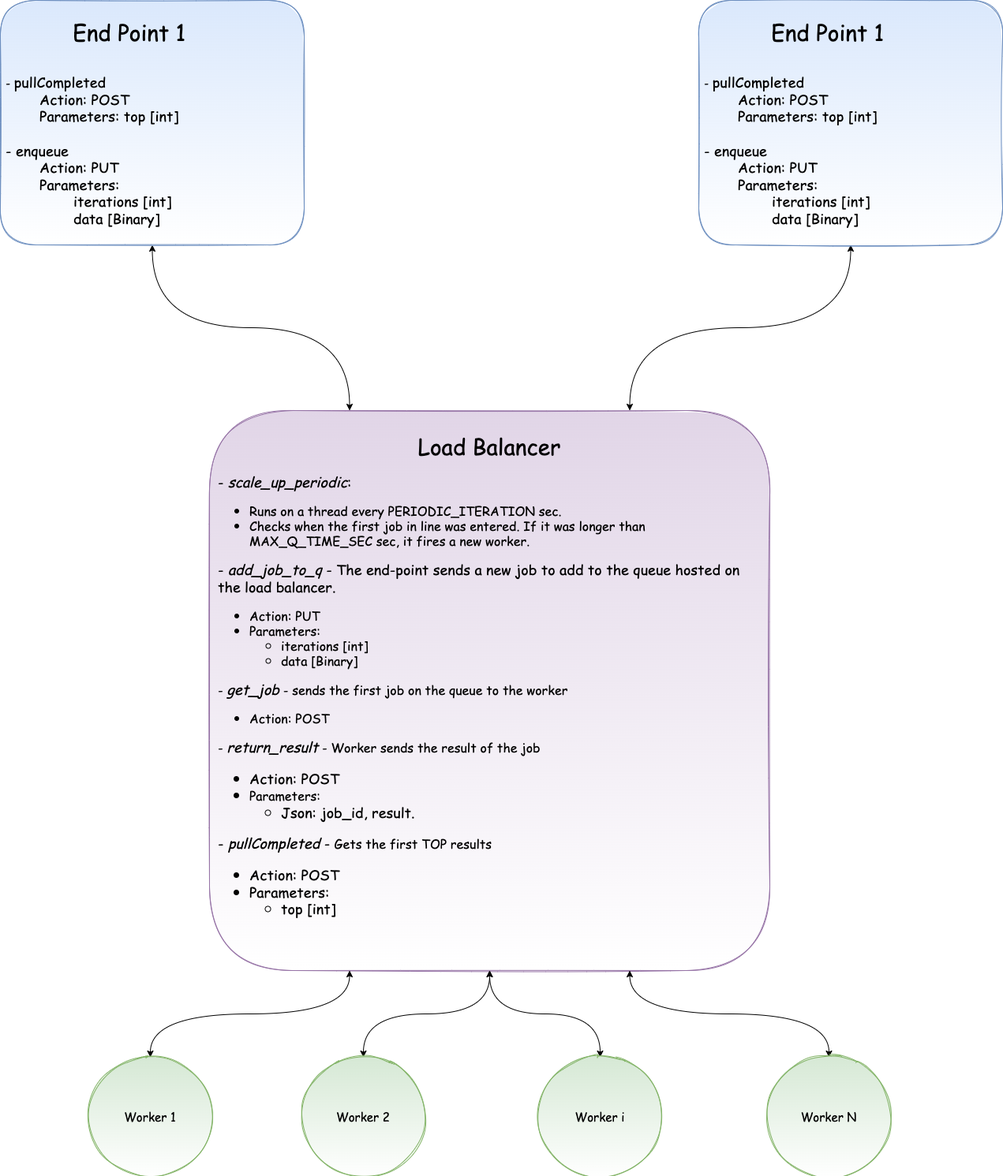
Above: README_FILES/ClusterFlow.png in nirbarazida/dynamic-workload (draw.io), before the change. Source tidied: cells renumbered, new cells last; positions are measured from the earlier drawing's top-left corner, leaving out a move shared by most shapes.
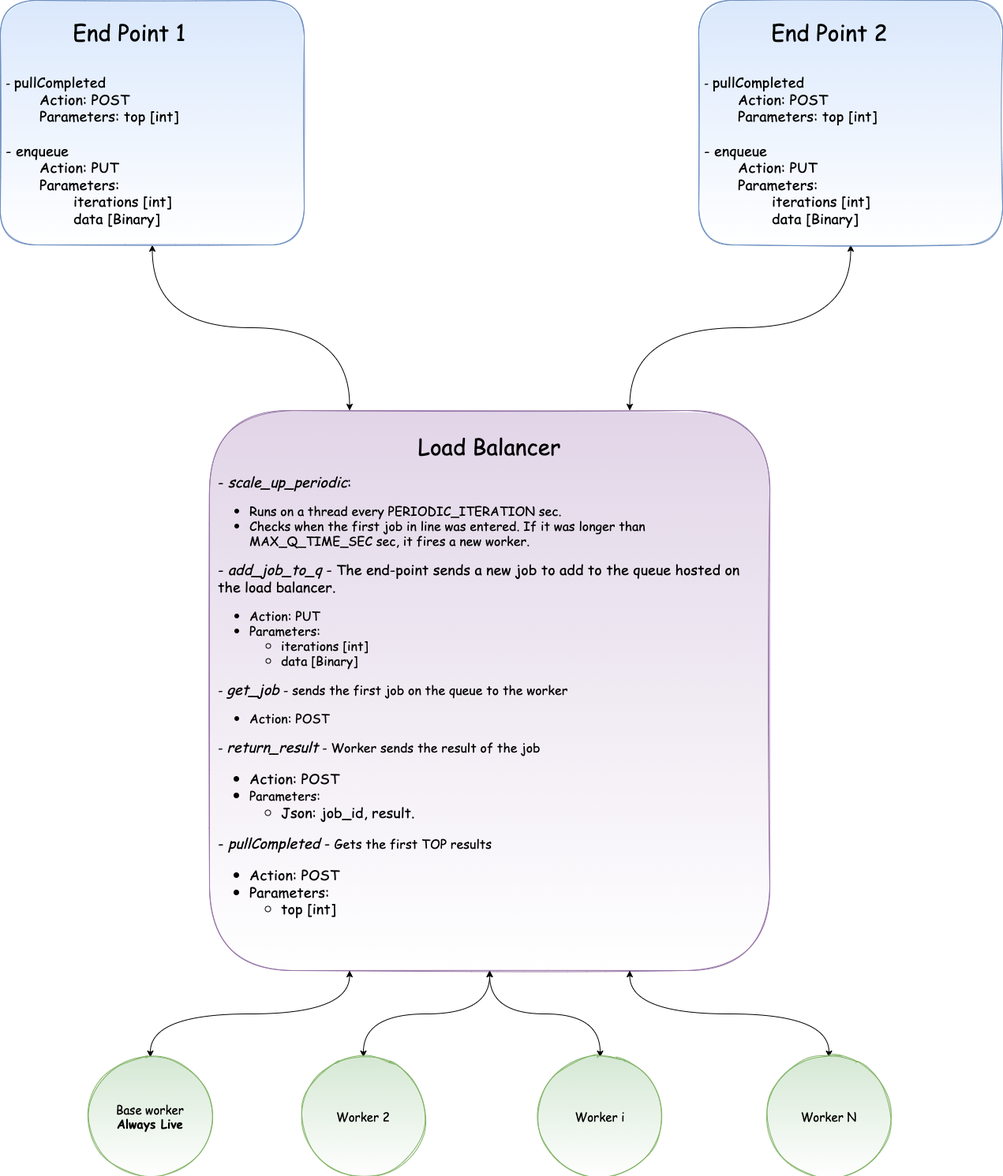
After the commit.

Commit message:
Add base worker to readme

What changed in the source:
```diff
@@ -8,7 +8,7 @@
     <mxCell id="3" style="edgeStyle=orthogonalEdgeStyle;curved=1;rounded=0;jettySize=auto;html=1;exitX=0.5;exitY=0;exitDx=0;exitDy=0;entryX=0.25;entryY=1;entryDx=0;entryDy=0;fontSize=16;startArrow=classic;startFill=1;" parent="1" edge="1" source="4" target="2">
       <mxGeometry relative="1" as="geometry" />
     </mxCell>
-    <mxCell id="4" value="Worker 1" style="ellipse;whiteSpace=wrap;html=1;rounded=1;shadow=0;glass=0;sketch=1;fontFamily=Comic Sans MS;fontSize=15;strokeColor=#82b366;fillColor=#d5e8d4;gradientDirection=south;gradientColor=#ffffff;" parent="1" vertex="1">
+    <mxCell id="4" value="Base worker&lt;br&gt;&lt;b&gt;Always Live&lt;/b&gt;" style="ellipse;whiteSpace=wrap;html=1;rounded=1;shadow=0;glass=0;sketch=1;fontFamily=Comic Sans MS;fontSize=15;strokeColor=#82b366;fillColor=#d5e8d4;gradientDirection=south;gradientColor=#ffffff;" parent="1" vertex="1">
       <mxGeometry x="115" y="1340" width="150" height="150" as="geometry" />
     </mxCell>
     <mxCell id="5" style="edgeStyle=orthogonalEdgeStyle;curved=1;rounded=0;jettySize=auto;html=1;exitX=0.5;exitY=0;exitDx=0;exitDy=0;fontSize=16;startArrow=classic;startFill=1;" parent="1" edge="1" source="6" target="2">
@@ -38,7 +38,7 @@
     <mxCell id="13" style="edgeStyle=orthogonalEdgeStyle;curved=1;rounded=0;jettySize=auto;html=1;exitX=0.5;exitY=1;exitDx=0;exitDy=0;entryX=0.75;entryY=0;entryDx=0;entryDy=0;fontSize=18;fontColor=default;startArrow=classic;startFill=1;" parent="1" edge="1" source="14" target="2">
       <mxGeometry relative="1" as="geometry" />
     </mxCell>
-    <mxCell id="14" value="&lt;div style=&quot;text-align: center;&quot;&gt;&lt;span style=&quot;background-color: initial;&quot;&gt;&amp;nbsp; &amp;nbsp; &amp;nbsp; &amp;nbsp; &amp;nbsp; &amp;nbsp; &amp;nbsp; &amp;nbsp; &amp;nbsp; &amp;nbsp;&lt;/span&gt;&lt;font style=&quot;background-color: initial; font-size: 28px;&quot;&gt;End Point 1&lt;/font&gt;&lt;/div&gt;&lt;br&gt;&lt;br&gt;- &lt;font style=&quot;font-size: 18px;&quot;&gt;pullCompleted&lt;br&gt;&lt;span style=&quot;background-color: initial;&quot;&gt;&lt;span style=&quot;white-space: pre;&quot;&gt;&#9;&lt;/span&gt;Action: POST&lt;br&gt;&lt;/span&gt;&lt;/font&gt;&lt;font style=&quot;font-size: 18px;&quot;&gt;&lt;span style=&quot;white-space: pre;&quot;&gt;&#9;&lt;/span&gt;Parameters: top [int]&lt;br&gt;&lt;br&gt;- enqueue&lt;br&gt;&lt;span style=&quot;white-space: pre;&quot;&gt;&#9;&lt;/span&gt;Action: PUT&lt;br&gt;&lt;span style=&quot;white-space: pre;&quot;&gt;&#9;&lt;/span&gt;Parameters:&amp;nbsp;&lt;br&gt;&lt;span style=&quot;white-space: pre;&quot;&gt;&#9;&lt;span style=&quot;white-space: pre;&quot;&gt;&#9;&lt;/span&gt;&lt;/span&gt;iterations [int]&lt;br&gt;&lt;span style=&quot;white-space: pre;&quot;&gt;&#9;&lt;/span&gt;&lt;span style=&quot;white-space: pre;&quot;&gt;&#9;&lt;/span&gt;data [Binary]&lt;/font&gt;" style="rounded=1;fontFamily=Comic Sans MS;fontSize=15;fillColor=#dae8fc;strokeColor=#6c8ebf;gradientColor=#ffffff;gradientDirection=south;sketch=1;glass=0;shadow=0;spacing=2;align=left;spacingLeft=5;whiteSpace=wrap;html=1;" parent="1" vertex="1">
+    <mxCell id="14" value="&lt;div style=&quot;text-align: center;&quot;&gt;&lt;span style=&quot;background-color: initial;&quot;&gt;&amp;nbsp; &amp;nbsp; &amp;nbsp; &amp;nbsp; &amp;nbsp; &amp;nbsp; &amp;nbsp; &amp;nbsp; &amp;nbsp; &amp;nbsp;&lt;/span&gt;&lt;font style=&quot;background-color: initial; font-size: 28px;&quot;&gt;End Point 2&lt;/font&gt;&lt;/div&gt;&lt;br&gt;&lt;br&gt;- &lt;font style=&quot;font-size: 18px;&quot;&gt;pullCompleted&lt;br&gt;&lt;span style=&quot;background-color: initial;&quot;&gt;&lt;span style=&quot;white-space: pre;&quot;&gt;&#9;&lt;/span&gt;Action: POST&lt;br&gt;&lt;/span&gt;&lt;/font&gt;&lt;font style=&quot;font-size: 18px;&quot;&gt;&lt;span style=&quot;white-space: pre;&quot;&gt;&#9;&lt;/span&gt;Parameters: top [int]&lt;br&gt;&lt;br&gt;- enqueue&lt;br&gt;&lt;span style=&quot;white-space: pre;&quot;&gt;&#9;&lt;/span&gt;Action: PUT&lt;br&gt;&lt;span style=&quot;white-space: pre;&quot;&gt;&#9;&lt;/span&gt;Parameters:&amp;nbsp;&lt;br&gt;&lt;span style=&quot;white-space: pre;&quot;&gt;&#9;&lt;span style=&quot;white-space: pre;&quot;&gt;&#9;&lt;/span&gt;&lt;/span&gt;iterations [int]&lt;br&gt;&lt;span style=&quot;white-space: pre;&quot;&gt;&#9;&lt;/span&gt;&lt;span style=&quot;white-space: pre;&quot;&gt;&#9;&lt;/span&gt;data [Binary]&lt;/font&gt;" style="rounded=1;fontFamily=Comic Sans MS;fontSize=15;fillColor=#dae8fc;strokeColor=#6c8ebf;gradientColor=#ffffff;gradientDirection=south;sketch=1;glass=0;shadow=0;spacing=2;align=left;spacingLeft=5;whiteSpace=wrap;html=1;" parent="1" vertex="1">
       <mxGeometry x="885" width="385" height="310" as="geometry" />
     </mxCell>
   </root>
```
